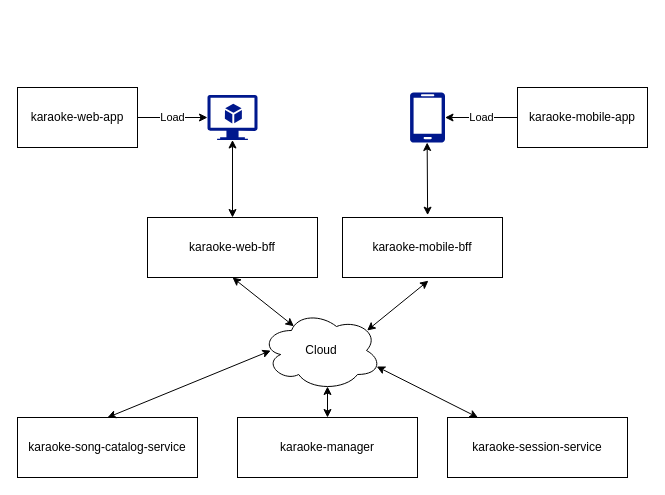
Above: Diagrama sem nome.drawio in gusrubin/arquitetura-hexagonal (draw.io), before the change. Source tidied: cells renumbered, new cells numbered last; positions are measured from the earlier drawing's top-left corner, leaving out a move shared by most shapes. Both pictures are drawn from the tidied source at 100%, with x=0, y=0 at pixel (17, 87).
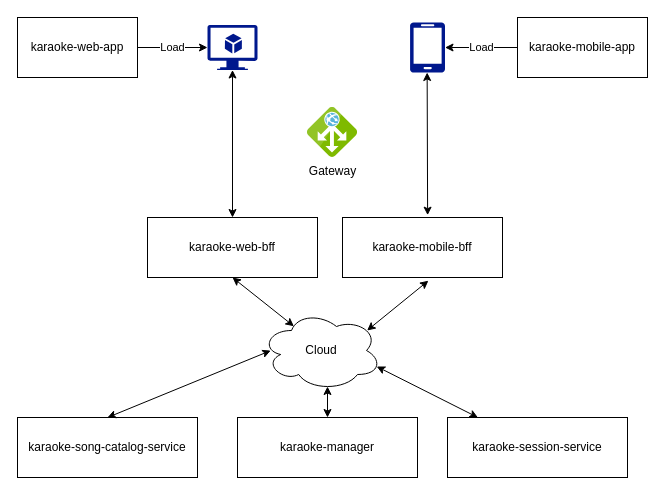
Above is the later version.

What changed in the source:
```diff
@@
     <mxCell id="7" value="karaoke-web-app" style="rounded=0;whiteSpace=wrap;html=1;" parent="1" vertex="1">
-      <mxGeometry width="120" height="60" as="geometry" />
+      <mxGeometry y="-70" width="120" height="60" as="geometry" />
     </mxCell>
     <mxCell id="8" value="karaoke-mobile-app" style="rounded=0;whiteSpace=wrap;html=1;" parent="1" vertex="1">
-      <mxGeometry x="500" width="130" height="60" as="geometry" />
+      <mxGeometry x="500" y="-70" width="130" height="60" as="geometry" />
     </mxCell>
     <mxCell id="9" style="sketch=0;shadow=0;dashed=0;html=1;strokeColor=none;labelPosition=center;verticalLabelPosition=bottom;verticalAlign=top;align=center;fillColor=#00188D;shape=mxgraph.azure.mobile;" parent="1" vertex="1">
-      <mxGeometry x="392.5" y="5" width="35" height="50" as="geometry" />
+      <mxGeometry x="392.5" y="-65" width="35" height="50" as="geometry" />
     </mxCell>
     <mxCell id="10" style="sketch=0;shadow=0;dashed=0;html=1;strokeColor=none;labelPosition=center;verticalLabelPosition=bottom;verticalAlign=top;align=center;fillColor=#00188D;shape=mxgraph.azure.virtual_machine_feature;" parent="1" vertex="1">
-      <mxGeometry x="190" y="7.5" width="50" height="45" as="geometry" />
+      <mxGeometry x="190" y="-62.5" width="50" height="45" as="geometry" />
     </mxCell>
@@
+    <mxCell id="21" value="Gateway" style="image;sketch=0;html=1;align=center;fontSize=12;image=img/lib/mscae/Application_Gateway.svg;" parent="1" vertex="1">
+      <mxGeometry x="290" y="20" width="50" height="50" as="geometry" />
+    </mxCell>
```
